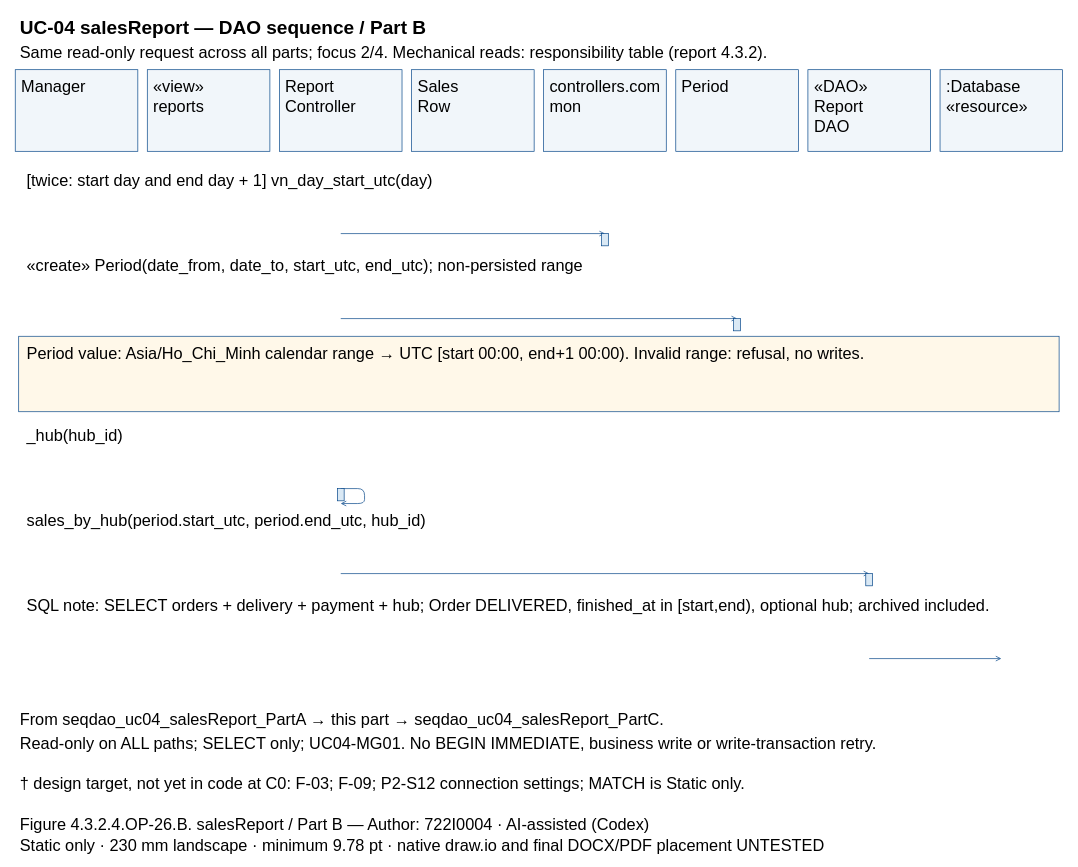
Before: models/UC-04/seqdao_uc04_salesReport_PartB.drawio in Dat071104/SaigonBite, a draw.io diagram. Source tidied: cells renumbered, new cells numbered last; positions are measured from the earlier drawing's top-left corner, leaving out a move shared by most shapes. Both pictures are drawn from the tidied source at 68%, with x=0, y=0 at pixel (15, 12).
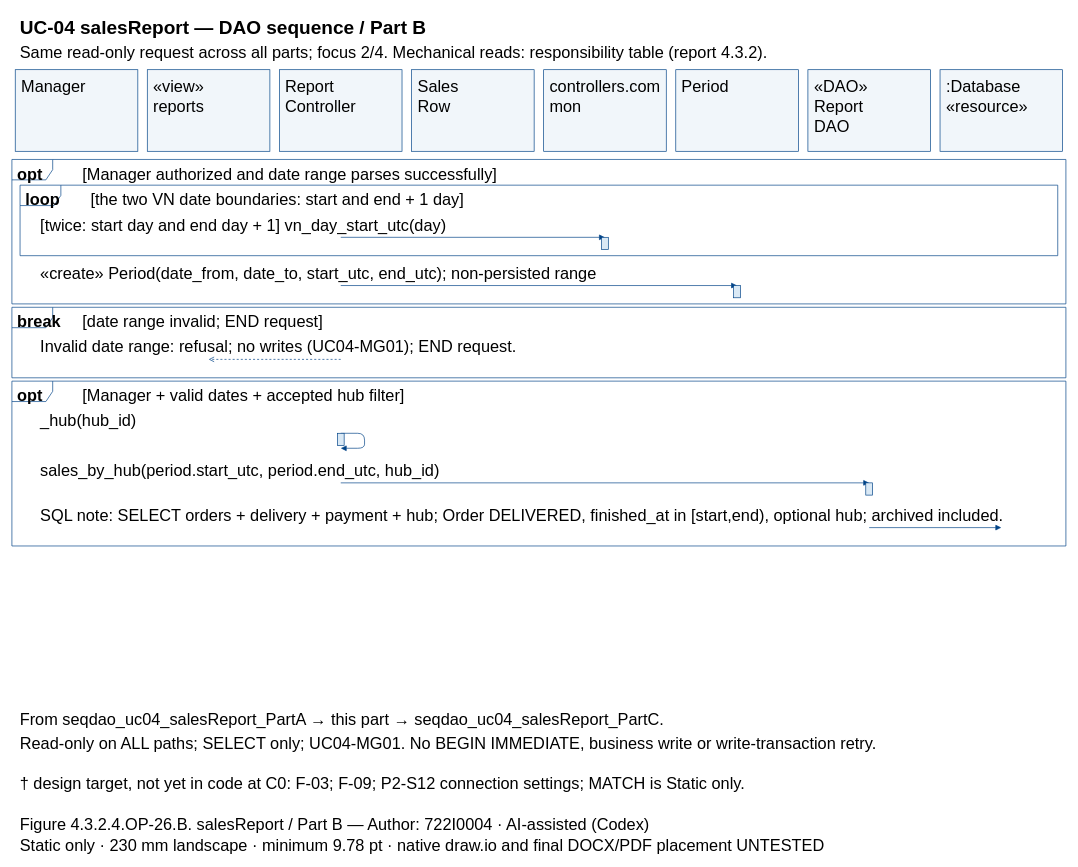
After the change.

What changed in the source:
```diff
@@
+    <mxCell id="51" style="shape=umlFrame;fillColor=none;strokeColor=#004387;" parent="1" vertex="1">
+      <mxGeometry x="-5" y="217" width="1550" height="212.4" as="geometry" />
+    </mxCell>
+    <mxCell id="52" style="shape=umlFrame;fillColor=none;strokeColor=#004387;" parent="1" vertex="1">
+      <mxGeometry x="7" y="254.8" width="1526" height="103.7" as="geometry" />
+    </mxCell>
+    <mxCell id="53" style="shape=umlFrame;fillColor=none;strokeColor=#004387;" parent="1" vertex="1">
+      <mxGeometry x="-5" y="434.4" width="1550" height="103.7" as="geometry" />
+    </mxCell>
+    <mxCell id="54" style="shape=umlFrame;fillColor=none;strokeColor=#004387;" parent="1" vertex="1">
+      <mxGeometry x="-5" y="543" width="1550" height="242.4" as="geometry" />
+    </mxCell>
@@
-    <mxCell id="5" value="Manager" style="text;html=0;whiteSpace=wrap;align=left;verticalAlign=top;strokeColor=none;fillColor=none;fontFamily=Arial;fontSize=24;fontStyle=0;" parent="1" vertex="1">
-      <mxGeometry x="6.9" y="90" width="166.3" height="27.8" as="geometry" />
-    </mxCell>
+    <mxCell id="9" value="Manager" style="text;html=0;whiteSpace=wrap;align=left;verticalAlign=top;strokeColor=none;fillColor=none;fontFamily=Arial;fontSize=24;fontStyle=0;" parent="1" vertex="1">
+      <mxGeometry x="6.9" y="90" width="166.3" height="27.8" as="geometry" />
+    </mxCell>
@@
-    <mxCell id="7" value="«view»&#10;reports" style="text;html=0;whiteSpace=wrap;align=left;verticalAlign=top;strokeColor=none;fillColor=none;fontFamily=Arial;fontSize=24;fontStyle=0;" parent="1" vertex="1">
-      <mxGeometry x="201.1" y="90" width="166.3" height="55.7" as="geometry" />
-    </mxCell>
+    <mxCell id="11" value="«view»&#10;reports" style="text;html=0;whiteSpace=wrap;align=left;verticalAlign=top;strokeColor=none;fillColor=none;fontFamily=Arial;fontSize=24;fontStyle=0;" parent="1" vertex="1">
+      <mxGeometry x="201.1" y="90" width="166.3" height="55.7" as="geometry" />
+    </mxCell>
@@
-    <mxCell id="9" value="Report&#10;Controller" style="text;html=0;whiteSpace=wrap;align=left;verticalAlign=top;strokeColor=none;fillColor=none;fontFamily=Arial;fontSize=24;fontStyle=0;" parent="1" vertex="1">
-      <mxGeometry x="395.4" y="90" width="166.3" height="55.7" as="geometry" />
-    </mxCell>
+    <mxCell id="13" value="Report&#10;Controller" style="text;html=0;whiteSpace=wrap;align=left;verticalAlign=top;strokeColor=none;fillColor=none;fontFamily=Arial;fontSize=24;fontStyle=0;" parent="1" vertex="1">
+      <mxGeometry x="395.4" y="90" width="166.3" height="55.7" as="geometry" />
+    </mxCell>
@@
-    <mxCell id="11" value="Sales&#10;Row" style="text;html=0;whiteSpace=wrap;align=left;verticalAlign=top;strokeColor=none;fillColor=none;fontFamily=Arial;fontSize=24;fontStyle=0;" parent="1" vertex="1">
-      <mxGeometry x="589.7" y="90" width="166.3" height="55.7" as="geometry" />
-    </mxCell>
+    <mxCell id="15" value="Sales&#10;Row" style="text;html=0;whiteSpace=wrap;align=left;verticalAlign=top;strokeColor=none;fillColor=none;fontFamily=Arial;fontSize=24;fontStyle=0;" parent="1" vertex="1">
+      <mxGeometry x="589.7" y="90" width="166.3" height="55.7" as="geometry" />
+    </mxCell>
@@
-    <mxCell id="13" value="controllers.com&#10;mon" style="text;html=0;whiteSpace=wrap;align=left;verticalAlign=top;strokeColor=none;fillColor=none;fontFamily=Arial;fontSize=24;fontStyle=0;" parent="1" vertex="1">
-      <mxGeometry x="784" y="90" width="166.3" height="55.7" as="geometry" />
-    </mxCell>
+    <mxCell id="17" value="controllers.com&#10;mon" style="text;html=0;whiteSpace=wrap;align=left;verticalAlign=top;strokeColor=none;fillColor=none;fontFamily=Arial;fontSize=24;fontStyle=0;" parent="1" vertex="1">
+      <mxGeometry x="784" y="90" width="166.3" height="55.7" as="geometry" />
+    </mxCell>
@@
-    <mxCell id="15" value="Period" style="text;html=0;whiteSpace=wrap;align=left;verticalAlign=top;strokeColor=none;fillColor=none;fontFamily=Arial;fontSize=24;fontStyle=0;" parent="1" vertex="1">
-      <mxGeometry x="978.3" y="90" width="166.3" height="27.8" as="geometry" />
-    </mxCell>
+    <mxCell id="19" value="Period" style="text;html=0;whiteSpace=wrap;align=left;verticalAlign=top;strokeColor=none;fillColor=none;fontFamily=Arial;fontSize=24;fontStyle=0;" parent="1" vertex="1">
+      <mxGeometry x="978.3" y="90" width="166.3" height="27.8" as="geometry" />
+    </mxCell>
@@
-    <mxCell id="17" value="«DAO»&#10;Report&#10;DAO" style="text;html=0;whiteSpace=wrap;align=left;verticalAlign=top;strokeColor=none;fillColor=none;fontFamily=Arial;fontSize=24;fontStyle=0;" parent="1" vertex="1">
-      <mxGeometry x="1172.6" y="90" width="166.3" height="83.5" as="geometry" />
-    </mxCell>
+    <mxCell id="55" value="«DAO»&#10;Report&#10;DAO" style="text;html=0;whiteSpace=wrap;align=left;verticalAlign=top;strokeColor=none;fillColor=none;fontFamily=Arial;fontSize=24;fontStyle=0;" parent="1" vertex="1">
+      <mxGeometry x="1172.6" y="90" width="166.3" height="83.5" as="geometry" />
+    </mxCell>
@@
-    <mxCell id="19" value=":Database&#10;«resource»" style="text;html=0;whiteSpace=wrap;align=left;verticalAlign=top;strokeColor=none;fillColor=none;fontFamily=Arial;fontSize=24;fontStyle=0;" parent="1" vertex="1">
-      <mxGeometry x="1366.9" y="90" width="166.3" height="55.7" as="geometry" />
-    </mxCell>
+    <mxCell id="25" value=":Database&#10;«resource»" style="text;html=0;whiteSpace=wrap;align=left;verticalAlign=top;strokeColor=none;fillColor=none;fontFamily=Arial;fontSize=24;fontStyle=0;" parent="1" vertex="1">
+      <mxGeometry x="1366.9" y="90" width="166.3" height="55.7" as="geometry" />
+    </mxCell>
+    <mxCell id="56" value="opt" style="text;html=0;whiteSpace=wrap;align=left;verticalAlign=top;strokeColor=none;fillColor=none;fontFamily=Arial;fontSize=24;fontStyle=1;" parent="1" vertex="1">
+      <mxGeometry x="1" y="218" width="84" height="27.8" as="geometry" />
+    </mxCell>
+    <mxCell id="57" value="[Manager authorized and date range parses successfully]" style="text;html=0;whiteSpace=wrap;align=left;verticalAlign=top;strokeColor=none;fillColor=none;fontFamily=Arial;fontSize=24;fontStyle=0;" parent="1" vertex="1">
+      <mxGeometry x="97" y="218" width="1438" height="27.8" as="geometry" />
+    </mxCell>
+    <mxCell id="58" value="loop" style="text;html=0;whiteSpace=wrap;align=left;verticalAlign=top;strokeColor=none;fillColor=none;fontFamily=Arial;fontSize=24;fontStyle=1;" parent="1" vertex="1">
+      <mxGeometry x="13" y="255.8" width="84" height="27.8" as="geometry" />
+    </mxCell>
+    <mxCell id="59" value="[the two VN date boundaries: start and end + 1 day]" style="text;html=0;whiteSpace=wrap;align=left;verticalAlign=top;strokeColor=none;fillColor=none;fontFamily=Arial;fontSize=24;fontStyle=0;" parent="1" vertex="1">
+      <mxGeometry x="109" y="255.8" width="1414" height="27.8" as="geometry" />
+    </mxCell>
+    <mxCell id="60" value="break" style="text;html=0;whiteSpace=wrap;align=left;verticalAlign=top;strokeColor=none;fillColor=none;fontFamily=Arial;fontSize=24;fontStyle=1;" parent="1" vertex="1">
+      <mxGeometry x="1" y="435.4" width="84" height="27.8" as="geometry" />
+    </mxCell>
+    <mxCell id="61" value="[date range invalid; END request]" style="text;html=0;whiteSpace=wrap;align=left;verticalAlign=top;strokeColor=none;fillColor=none;fontFamily=Arial;fontSize=24;fontStyle=0;" parent="1" vertex="1">
+      <mxGeometry x="97" y="435.4" width="1438" height="27.8" as="geometry" />
+    </mxCell>
+    <mxCell id="62" value="opt" style="text;html=0;whiteSpace=wrap;align=left;verticalAlign=top;strokeColor=none;fillColor=none;fontFamily=Arial;fontSize=24;fontStyle=1;" parent="1" vertex="1">
+      <mxGeometry x="1" y="544" width="84" height="27.8" as="geometry" />
+    </mxCell>
+    <mxCell id="63" value="[Manager + valid dates + accepted hub filter]" style="text;html=0;whiteSpace=wrap;align=left;verticalAlign=top;strokeColor=none;fillColor=none;fontFamily=Arial;fontSize=24;fontStyle=0;" parent="1" vertex="1">
+      <mxGeometry x="97" y="544" width="1438" height="27.8" as="geometry" />
+    </mxCell>
     <mxCell id="20" value="[twice: start day and end day + 1] vn_day_start_utc(day)" style="text;html=0;whiteSpace=wrap;align=left;verticalAlign=top;strokeColor=none;fillColor=none;fontFamily=Arial;fontSize=24;fontStyle=0;" parent="1" vertex="1">
-      <mxGeometry x="15" y="227" width="1510" height="27.8" as="geometry" />
+      <mxGeometry x="35" y="292.7" width="1470" height="27.8" as="geometry" />
     </mxCell>
     <mxCell id="21" style="opacity=0;" parent="1" vertex="1">
-      <mxGeometry x="478.6" y="326" as="geometry" />
+      <mxGeometry x="478.6" y="331.5" as="geometry" />
     </mxCell>
     <mxCell id="22" style="opacity=0;" parent="1" vertex="1">
-      <mxGeometry x="867.1" y="326" as="geometry" />
+      <mxGeometry x="867.1" y="331.5" as="geometry" />
     </mxCell>
-    <mxCell id="23" style="edgeStyle=none;endArrow=open;strokeColor=#004387;exitX=0.5;entryX=0.5;exitPerimeter=0;entryPerimeter=0;" parent="1" edge="1" source="21" target="22">
+    <mxCell id="23" style="edgeStyle=none;endArrow=block;endFill=1;strokeColor=#004387;exitX=0.5;entryX=0.5;exitPerimeter=0;entryPerimeter=0;" parent="1" edge="1" source="21" target="22">
       <mxGeometry relative="1" as="geometry" />
     </mxCell>
-    <mxCell id="24" style="fillColor=#DAE9F5;strokeColor=#004387;" parent="1" vertex="1">
-      <mxGeometry x="862.1" y="326" width="10" height="18" as="geometry" />
-    </mxCell>
-    <mxCell id="25" value="«create» Period(date_from, date_to, start_utc, end_utc); non-persisted range" style="text;html=0;whiteSpace=wrap;align=left;verticalAlign=top;strokeColor=none;fillColor=none;fontFamily=Arial;fontSize=24;fontStyle=0;" parent="1" vertex="1">
-      <mxGeometry x="15" y="352" width="1510" height="27.8" as="geometry" />
-    </mxCell>
+    <mxCell id="64" style="fillColor=#DAE9F5;strokeColor=#004387;" parent="1" vertex="1">
+      <mxGeometry x="862.1" y="331.5" width="10" height="18" as="geometry" />
+    </mxCell>
+    <mxCell id="65" value="«create» Period(date_from, date_to, start_utc, end_utc); non-persisted range" style="text;html=0;whiteSpace=wrap;align=left;verticalAlign=top;strokeColor=none;fillColor=none;fontFamily=Arial;fontSize=24;fontStyle=0;" parent="1" vertex="1">
+      <mxGeometry x="35" y="363.5" width="1470" height="27.8" as="geometry" />
+    </mxCell>
     <mxCell id="26" style="opacity=0;" parent="1" vertex="1">
-      <mxGeometry x="478.6" y="451" as="geometry" />
+      <mxGeometry x="478.6" y="402.4" as="geometry" />
     </mxCell>
     <mxCell id="27" style="opacity=0;" parent="1" vertex="1">
-      <mxGeometry x="1061.4" y="451" as="geometry" />
+      <mxGeometry x="1061.4" y="402.4" as="geometry" />
     </mxCell>
-    <mxCell id="28" style="edgeStyle=none;endArrow=open;strokeColor=#004387;exitX=0.5;entryX=0.5;exitPerimeter=0;entryPerimeter=0;" parent="1" edge="1" source="26" target="27">
+    <mxCell id="28" style="edgeStyle=none;endArrow=block;endFill=1;strokeColor=#004387;exitX=0.5;entryX=0.5;exitPerimeter=0;entryPerimeter=0;" parent="1" edge="1" source="26" target="27">
       <mxGeometry relative="1" as="geometry" />
     </mxCell>
-    <mxCell id="29" style="fillColor=#DAE9F5;strokeColor=#004387;" parent="1" vertex="1">
-      <mxGeometry x="1056.4" y="451" width="10" height="18" as="geometry" />
-    </mxCell>
-    <mxCell id="30" style="fillColor=#FFF8E9;strokeColor=#004387;" parent="1" vertex="1">
-      <mxGeometry x="5" y="477" width="1530" height="111" as="geometry" />
-    </mxCell>
-    <mxCell id="31" value="Period value: Asia/Ho_Chi_Minh calendar range → UTC [start 00:00, end+1 00:00). Invalid range: refusal, no writes." style="text;html=0;whiteSpace=wrap;align=left;verticalAlign=top;strokeColor=none;fillColor=none;fontFamily=Arial;fontSize=24;fontStyle=0;" parent="1" vertex="1">
-      <mxGeometry x="15" y="482" width="1510" height="27.8" as="geometry" />
-    </mxCell>
-    <mxCell id="32" value="_hub(hub_id)" style="text;html=0;whiteSpace=wrap;align=left;verticalAlign=top;strokeColor=none;fillColor=none;fontFamily=Arial;fontSize=24;fontStyle=0;" parent="1" vertex="1">
-      <mxGeometry x="15" y="602" width="1510" height="27.8" as="geometry" />
-    </mxCell>
+    <mxCell id="66" style="fillColor=#DAE9F5;strokeColor=#004387;" parent="1" vertex="1">
+      <mxGeometry x="1056.4" y="402.4" width="10" height="18" as="geometry" />
+    </mxCell>
+    <mxCell id="48" value="Invalid date range: refusal; no writes (UC04-MG01); END request." style="text;html=0;whiteSpace=wrap;align=left;verticalAlign=top;strokeColor=none;fillColor=none;fontFamily=Arial;fontSize=24;fontStyle=0;" parent="1" vertex="1">
+      <mxGeometry x="35" y="472.2" width="1470" height="27.8" as="geometry" />
+    </mxCell>
+    <mxCell id="67" style="opacity=0;" parent="1" vertex="1">
+      <mxGeometry x="478.6" y="511" as="geometry" />
+    </mxCell>
+    <mxCell id="68" style="opacity=0;" parent="1" vertex="1">
+      <mxGeometry x="284.3" y="511" as="geometry" />
+    </mxCell>
+    <mxCell id="69" style="edgeStyle=none;endArrow=open;endFill=0;strokeColor=#004387;dashed=1;exitX=0.5;entryX=0.5;exitPerimeter=0;entryPerimeter=0;" parent="1" edge="1" source="67" target="68">
+      <mxGeometry relative="1" as="geometry" />
+    </mxCell>
+    <mxCell id="50" value="_hub(hub_id)" style="text;html=0;whiteSpace=wrap;align=left;verticalAlign=top;strokeColor=none;fillColor=none;fontFamily=Arial;fontSize=24;fontStyle=0;" parent="1" vertex="1">
+      <mxGeometry x="35" y="580.9" width="1470" height="27.8" as="geometry" />
+    </mxCell>
     <mxCell id="33" style="opacity=0;" parent="1" vertex="1">
-      <mxGeometry x="478.6" y="701" as="geometry" />
+      <mxGeometry x="478.6" y="619.7" as="geometry" />
     </mxCell>
     <mxCell id="34" style="opacity=0;" parent="1" vertex="1">
-      <mxGeometry x="478.6" y="723" as="geometry" />
+      <mxGeometry x="478.6" y="641.7" as="geometry" />
     </mxCell>
-    <mxCell id="35" style="edgeStyle=none;endArrow=open;strokeColor=#004387;exitX=0.5;entryX=0.5;exitPerimeter=0;entryPerimeter=0;" parent="1" edge="1" source="33" target="34">
+    <mxCell id="35" style="edgeStyle=none;endArrow=block;endFill=1;strokeColor=#004387;exitX=0.5;entryX=0.5;exitPerimeter=0;entryPerimeter=0;" parent="1" edge="1" source="33" target="34">
       <mxGeometry relative="1" as="geometry">
         <Array as="points">
-          <mxPoint x="513.6" y="701" />
-          <mxPoint x="513.6" y="723" />
+          <mxPoint x="513.6" y="619.7" />
+          <mxPoint x="513.6" y="641.7" />
         </Array>
       </mxGeometry>
     </mxCell>
-    <mxCell id="36" style="fillColor=#DAE9F5;strokeColor=#004387;" parent="1" vertex="1">
-      <mxGeometry x="473.6" y="701" width="10" height="18" as="geometry" />
-    </mxCell>
+    <mxCell id="70" style="fillColor=#DAE9F5;strokeColor=#004387;" parent="1" vertex="1">
+      <mxGeometry x="473.6" y="619.7" width="10" height="18" as="geometry" />
+    </mxCell>
     <mxCell id="37" value="sales_by_hub(period.start_utc, period.end_utc, hub_id)" style="text;html=0;whiteSpace=wrap;align=left;verticalAlign=top;strokeColor=none;fillColor=none;fontFamily=Arial;fontSize=24;fontStyle=0;" parent="1" vertex="1">
-      <mxGeometry x="15" y="727" width="1510" height="27.8" as="geometry" />
+      <mxGeometry x="35" y="653.7" width="1470" height="27.8" as="geometry" />
     </mxCell>
     <mxCell id="38" style="opacity=0;" parent="1" vertex="1">
-      <mxGeometry x="478.6" y="826" as="geometry" />
+      <mxGeometry x="478.6" y="692.6" as="geometry" />
     </mxCell>
     <mxCell id="39" style="opacity=0;" parent="1" vertex="1">
-      <mxGeometry x="1255.7" y="826" as="geometry" />
+      <mxGeometry x="1255.7" y="692.6" as="geometry" />
     </mxCell>
-    <mxCell id="40" style="edgeStyle=none;endArrow=open;strokeColor=#004387;exitX=0.5;entryX=0.5;exitPerimeter=0;entryPerimeter=0;" parent="1" edge="1" source="38" target="39">
+    <mxCell id="40" style="edgeStyle=none;endArrow=block;endFill=1;strokeColor=#004387;exitX=0.5;entryX=0.5;exitPerimeter=0;entryPerimeter=0;" parent="1" edge="1" source="38" target="39">
       <mxGeometry relative="1" as="geometry" />
     </mxCell>
-    <mxCell id="41" style="fillColor=#DAE9F5;strokeColor=#004387;" parent="1" vertex="1">
-      <mxGeometry x="1250.7" y="826" width="10" height="18" as="geometry" />
-    </mxCell>
+    <mxCell id="71" style="fillColor=#DAE9F5;strokeColor=#004387;" parent="1" vertex="1">
+      <mxGeometry x="1250.7" y="692.6" width="10" height="18" as="geometry" />
+    </mxCell>
     <mxCell id="42" value="SQL note: SELECT orders + delivery + payment + hub; Order DELIVERED, finished_at in [start,end), optional hub; archived included." style="text;html=0;whiteSpace=wrap;align=left;verticalAlign=top;strokeColor=none;fillColor=none;fontFamily=Arial;fontSize=24;fontStyle=0;" parent="1" vertex="1">
-      <mxGeometry x="15" y="852" width="1510" height="27.8" as="geometry" />
+      <mxGeometry x="35" y="719.6" width="1470" height="27.8" as="geometry" />
     </mxCell>
     <mxCell id="43" style="opacity=0;" parent="1" vertex="1">
-      <mxGeometry x="1255.7" y="951" as="geometry" />
+      <mxGeometry x="1255.7" y="758.4" as="geometry" />
     </mxCell>
     <mxCell id="44" style="opacity=0;" parent="1" vertex="1">
-      <mxGeometry x="1450" y="951" as="geometry" />
+      <mxGeometry x="1450" y="758.4" as="geometry" />
     </mxCell>
-    <mxCell id="45" style="edgeStyle=none;endArrow=open;strokeColor=#004387;exitX=0.5;entryX=0.5;exitPerimeter=0;entryPerimeter=0;" parent="1" edge="1" source="43" target="44">
+    <mxCell id="45" style="edgeStyle=none;endArrow=block;endFill=1;strokeColor=#004387;exitX=0.5;entryX=0.5;exitPerimeter=0;entryPerimeter=0;" parent="1" edge="1" source="43" target="44">
       <mxGeometry relative="1" as="geometry" />
     </mxCell>
@@
-    <mxCell id="48" value="† design target, not yet in code at C0: F-03; F-09; P2-S12 connection settings; MATCH is Static only." style="text;html=0;whiteSpace=wrap;align=left;verticalAlign=top;strokeColor=none;fillColor=none;fontFamily=Arial;fontSize=24;fontStyle=0;" parent="1" vertex="1">
-      <mxGeometry x="5" y="1115" width="1530" height="27.8" as="geometry" />
-    </mxCell>
+    <mxCell id="72" value="† design target, not yet in code at C0: F-03; F-09; P2-S12 connection settings; MATCH is Static only." style="text;html=0;whiteSpace=wrap;align=left;verticalAlign=top;strokeColor=none;fillColor=none;fontFamily=Arial;fontSize=24;fontStyle=0;" parent="1" vertex="1">
+      <mxGeometry x="5" y="1115" width="1530" height="27.8" as="geometry" />
+    </mxCell>
@@
-    <mxCell id="50" value="Static only · 230 mm landscape · minimum 9.78 pt · native draw.io and final DOCX/PDF placement UNTESTED" style="text;html=0;whiteSpace=wrap;align=left;verticalAlign=top;strokeColor=none;fillColor=none;fontFamily=Arial;fontSize=24;fontStyle=0;" parent="1" vertex="1">
-      <mxGeometry x="5" y="1205" width="1530" height="27.8" as="geometry" />
-    </mxCell>
+    <mxCell id="73" value="Static only · 230 mm landscape · minimum 9.78 pt · native draw.io and final DOCX/PDF placement UNTESTED" style="text;html=0;whiteSpace=wrap;align=left;verticalAlign=top;strokeColor=none;fillColor=none;fontFamily=Arial;fontSize=24;fontStyle=0;" parent="1" vertex="1">
+      <mxGeometry x="5" y="1205" width="1530" height="27.8" as="geometry" />
+    </mxCell>
```
